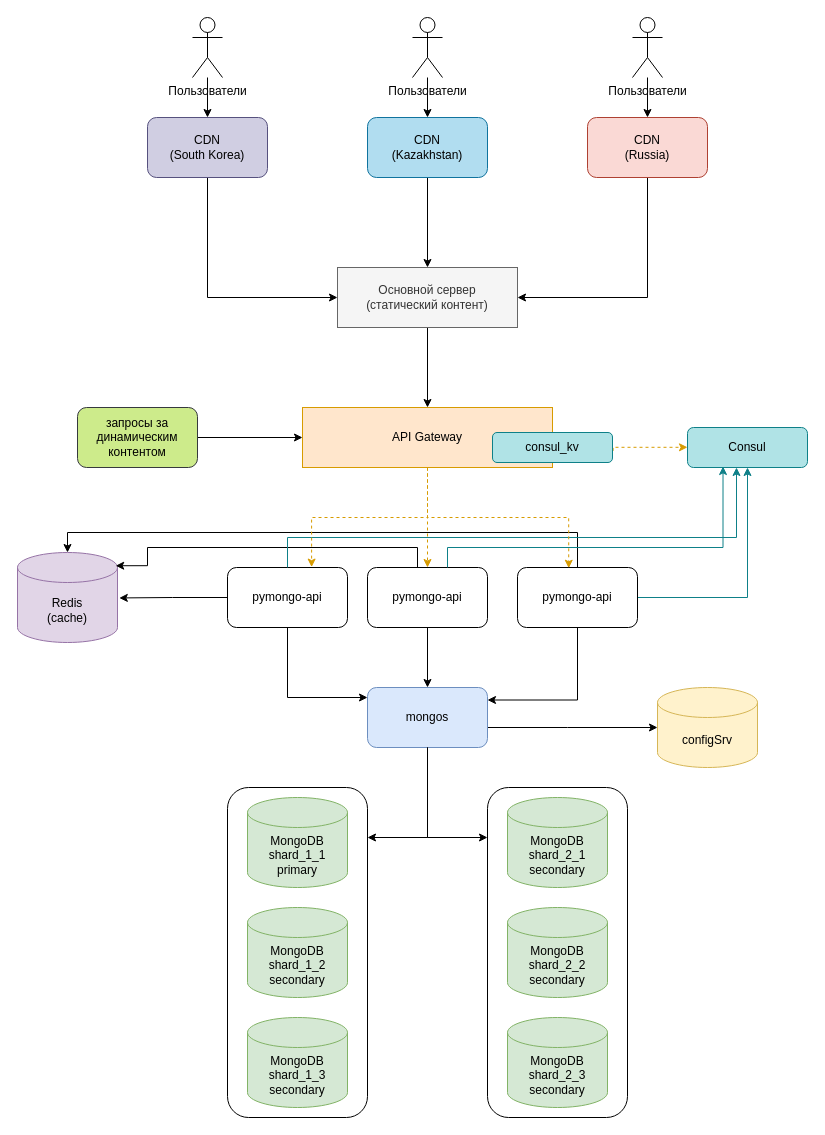
esabril/yp2025-architecture-black_friday keeps this draw.io diagram as task1.5-cdn.drawio. Above is the earlier version. Source tidied: cells renumbered, new cells numbered last; positions are measured from the earlier drawing's top-left corner, leaving out a move shared by most shapes. Both pictures are drawn from the tidied source at 100%, with x=0, y=0 at pixel (17, 17).
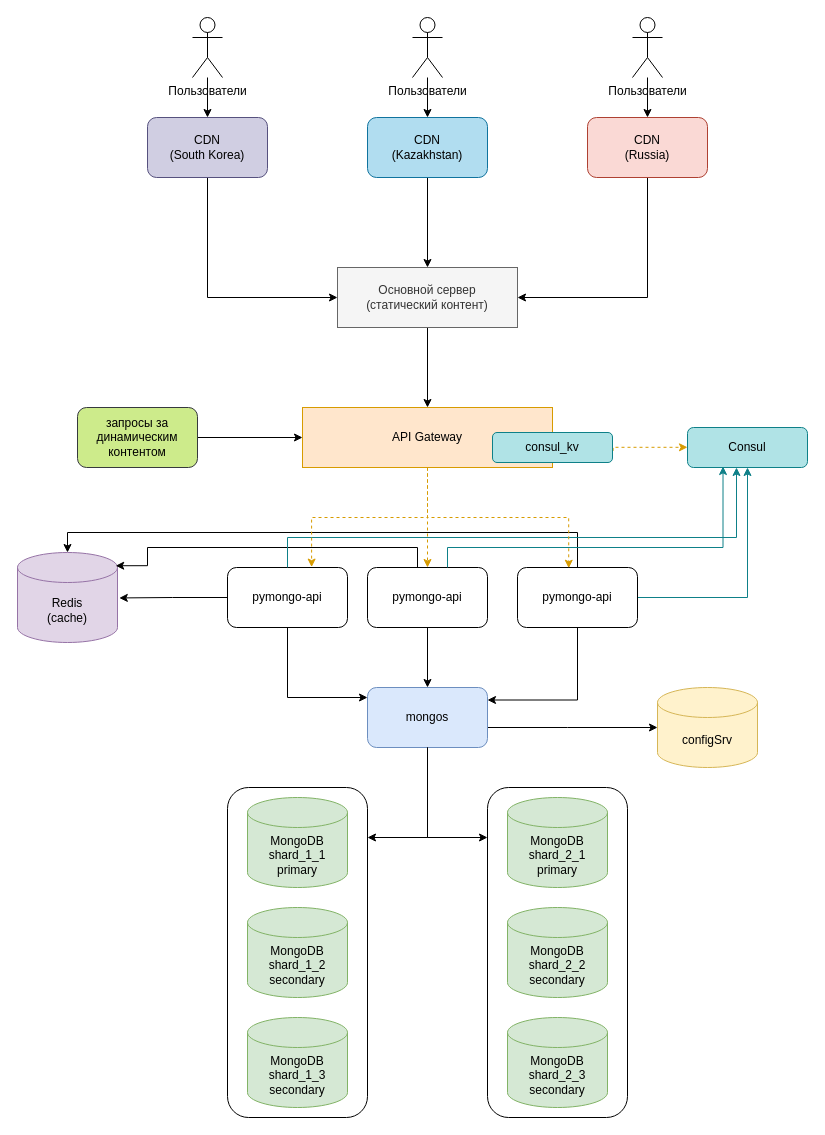
After the change.

Diff of the diagram source:
```diff
@@
-    <mxCell id="7" value="MongoDB&lt;div&gt;shard_2_1&lt;/div&gt;&lt;div&gt;secondary&lt;/div&gt;" style="shape=cylinder3;whiteSpace=wrap;html=1;boundedLbl=1;backgroundOutline=1;size=15;fillColor=#d5e8d4;strokeColor=#82b366;" parent="1" vertex="1">
+    <mxCell id="7" value="MongoDB&lt;div&gt;shard_2_1&lt;/div&gt;&lt;div&gt;primary&lt;/div&gt;" style="shape=cylinder3;whiteSpace=wrap;html=1;boundedLbl=1;backgroundOutline=1;size=15;fillColor=#d5e8d4;strokeColor=#82b366;" parent="1" vertex="1">
       <mxGeometry x="490" y="780" width="100" height="90" as="geometry" />
     </mxCell>
```
